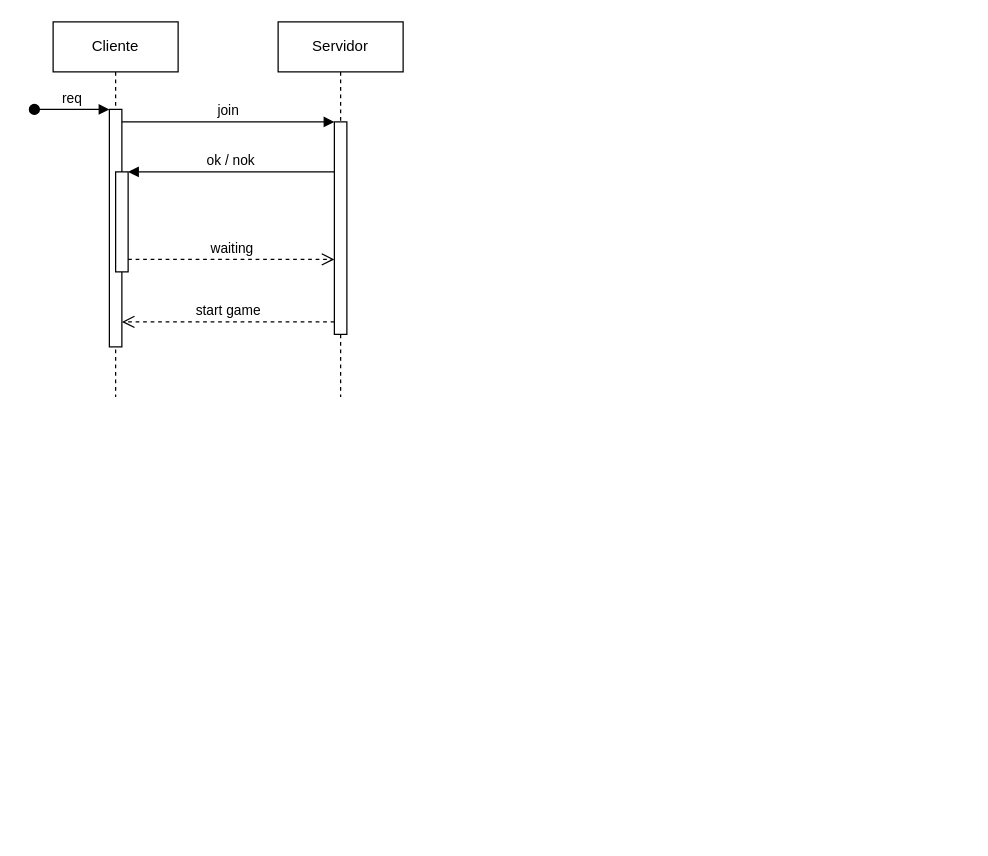
Above: Diagrama sem nome.drawio in jerobas/retro-games-ncurses (draw.io), before the change. Source tidied: cells renumbered, new cells numbered last; positions are measured from the earlier drawing's top-left corner, leaving out a move shared by most shapes. Both pictures are drawn from the tidied source at 125%, with x=0, y=0 at pixel (34, 21).
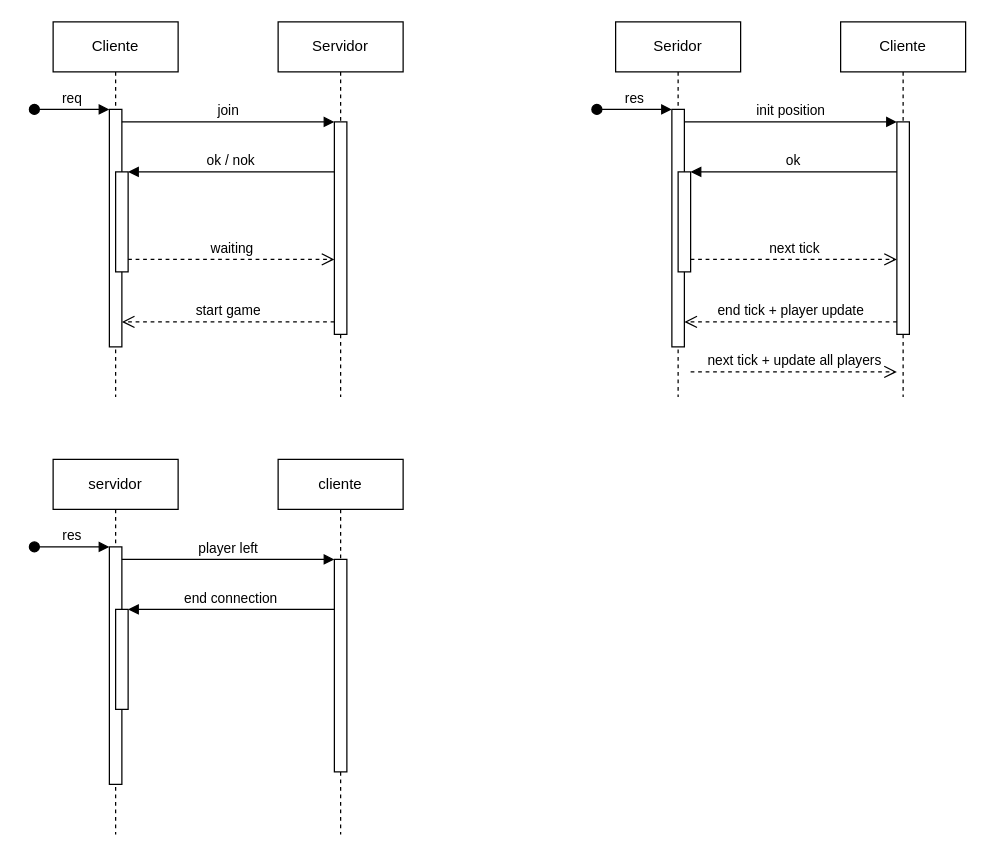
Above is the later version.

What changed in the source:
```diff
@@
+    <mxCell id="12" value="Seridor" style="shape=umlLifeline;perimeter=lifelinePerimeter;whiteSpace=wrap;html=1;newEdgeStyle={&quot;edgeStyle&quot;:&quot;elbowEdgeStyle&quot;,&quot;elbow&quot;:&quot;vertical&quot;,&quot;curved&quot;:0,&quot;rounded&quot;:0};" parent="1" vertex="1">
+      <mxGeometry x="465" width="100" height="300" as="geometry" />
+    </mxCell>
+    <mxCell id="13" style="html=1;points=[];perimeter=orthogonalPerimeter;outlineConnect=0;targetShapes=umlLifeline;portConstraint=eastwest;newEdgeStyle={&quot;edgeStyle&quot;:&quot;elbowEdgeStyle&quot;,&quot;elbow&quot;:&quot;vertical&quot;,&quot;curved&quot;:0,&quot;rounded&quot;:0};" parent="12" vertex="1">
+      <mxGeometry x="45" y="70" width="10" height="190" as="geometry" />
+    </mxCell>
+    <mxCell id="14" value="res" style="html=1;verticalAlign=bottom;startArrow=oval;endArrow=block;startSize=8;edgeStyle=elbowEdgeStyle;elbow=vertical;curved=0;rounded=0;" parent="12" edge="1" target="13">
+      <mxGeometry relative="1" as="geometry">
+        <mxPoint x="-15" y="70" as="sourcePoint" />
+      </mxGeometry>
+    </mxCell>
+    <mxCell id="15" style="html=1;points=[];perimeter=orthogonalPerimeter;outlineConnect=0;targetShapes=umlLifeline;portConstraint=eastwest;newEdgeStyle={&quot;edgeStyle&quot;:&quot;elbowEdgeStyle&quot;,&quot;elbow&quot;:&quot;vertical&quot;,&quot;curved&quot;:0,&quot;rounded&quot;:0};" parent="12" vertex="1">
+      <mxGeometry x="50" y="120" width="10" height="80" as="geometry" />
+    </mxCell>
+    <mxCell id="16" value="Cliente" style="shape=umlLifeline;perimeter=lifelinePerimeter;whiteSpace=wrap;html=1;newEdgeStyle={&quot;edgeStyle&quot;:&quot;elbowEdgeStyle&quot;,&quot;elbow&quot;:&quot;vertical&quot;,&quot;curved&quot;:0,&quot;rounded&quot;:0};" parent="1" vertex="1">
+      <mxGeometry x="645" width="100" height="300" as="geometry" />
+    </mxCell>
+    <mxCell id="17" style="html=1;points=[];perimeter=orthogonalPerimeter;outlineConnect=0;targetShapes=umlLifeline;portConstraint=eastwest;newEdgeStyle={&quot;edgeStyle&quot;:&quot;elbowEdgeStyle&quot;,&quot;elbow&quot;:&quot;vertical&quot;,&quot;curved&quot;:0,&quot;rounded&quot;:0};" parent="16" vertex="1">
+      <mxGeometry x="45" y="80" width="10" height="170" as="geometry" />
+    </mxCell>
+    <mxCell id="18" value="init position" style="html=1;verticalAlign=bottom;endArrow=block;edgeStyle=elbowEdgeStyle;elbow=vertical;curved=0;rounded=0;" parent="1" edge="1" source="13" target="17">
+      <mxGeometry relative="1" as="geometry">
+        <Array as="points">
+          <mxPoint x="605" y="80" />
+        </Array>
+      </mxGeometry>
+    </mxCell>
+    <mxCell id="19" value="end tick + player update" style="html=1;verticalAlign=bottom;endArrow=open;dashed=1;endSize=8;edgeStyle=elbowEdgeStyle;elbow=vertical;curved=0;rounded=0;" parent="1" edge="1" source="17" target="13">
+      <mxGeometry relative="1" as="geometry">
+        <Array as="points">
+          <mxPoint x="615" y="240" />
+        </Array>
+      </mxGeometry>
+    </mxCell>
+    <mxCell id="20" value="ok" style="html=1;verticalAlign=bottom;endArrow=block;edgeStyle=elbowEdgeStyle;elbow=vertical;curved=0;rounded=0;" parent="1" edge="1" source="17" target="15">
+      <mxGeometry relative="1" as="geometry">
+        <Array as="points">
+          <mxPoint x="615" y="120" />
+        </Array>
+      </mxGeometry>
+    </mxCell>
+    <mxCell id="21" value="next tick" style="html=1;verticalAlign=bottom;endArrow=open;dashed=1;endSize=8;edgeStyle=elbowEdgeStyle;elbow=vertical;curved=0;rounded=0;" parent="1" edge="1" source="15" target="17">
+      <mxGeometry relative="1" as="geometry">
+        <Array as="points">
+          <mxPoint x="605" y="190" />
+        </Array>
+      </mxGeometry>
+    </mxCell>
+    <mxCell id="22" value="next tick + update all players" style="html=1;verticalAlign=bottom;endArrow=open;dashed=1;endSize=8;edgeStyle=elbowEdgeStyle;elbow=vertical;curved=0;rounded=0;" parent="1" edge="1">
+      <mxGeometry relative="1" as="geometry">
+        <mxPoint x="525" y="280" as="sourcePoint" />
+        <mxPoint x="690" y="280" as="targetPoint" />
+        <Array as="points">
+          <mxPoint x="605" y="280" />
+        </Array>
+      </mxGeometry>
+    </mxCell>
+    <mxCell id="23" value="servidor" style="shape=umlLifeline;perimeter=lifelinePerimeter;whiteSpace=wrap;html=1;newEdgeStyle={&quot;edgeStyle&quot;:&quot;elbowEdgeStyle&quot;,&quot;elbow&quot;:&quot;vertical&quot;,&quot;curved&quot;:0,&quot;rounded&quot;:0};" parent="1" vertex="1">
+      <mxGeometry x="15" y="350" width="100" height="300" as="geometry" />
+    </mxCell>
+    <mxCell id="24" style="html=1;points=[];perimeter=orthogonalPerimeter;outlineConnect=0;targetShapes=umlLifeline;portConstraint=eastwest;newEdgeStyle={&quot;edgeStyle&quot;:&quot;elbowEdgeStyle&quot;,&quot;elbow&quot;:&quot;vertical&quot;,&quot;curved&quot;:0,&quot;rounded&quot;:0};" parent="23" vertex="1">
+      <mxGeometry x="45" y="70" width="10" height="190" as="geometry" />
+    </mxCell>
+    <mxCell id="25" value="res" style="html=1;verticalAlign=bottom;startArrow=oval;endArrow=block;startSize=8;edgeStyle=elbowEdgeStyle;elbow=vertical;curved=0;rounded=0;" parent="23" edge="1" target="24">
+      <mxGeometry relative="1" as="geometry">
+        <mxPoint x="-15" y="70" as="sourcePoint" />
+      </mxGeometry>
+    </mxCell>
+    <mxCell id="26" style="html=1;points=[];perimeter=orthogonalPerimeter;outlineConnect=0;targetShapes=umlLifeline;portConstraint=eastwest;newEdgeStyle={&quot;edgeStyle&quot;:&quot;elbowEdgeStyle&quot;,&quot;elbow&quot;:&quot;vertical&quot;,&quot;curved&quot;:0,&quot;rounded&quot;:0};" parent="23" vertex="1">
+      <mxGeometry x="50" y="120" width="10" height="80" as="geometry" />
+    </mxCell>
+    <mxCell id="27" value="cliente" style="shape=umlLifeline;perimeter=lifelinePerimeter;whiteSpace=wrap;html=1;newEdgeStyle={&quot;edgeStyle&quot;:&quot;elbowEdgeStyle&quot;,&quot;elbow&quot;:&quot;vertical&quot;,&quot;curved&quot;:0,&quot;rounded&quot;:0};" parent="1" vertex="1">
+      <mxGeometry x="195" y="350" width="100" height="300" as="geometry" />
+    </mxCell>
+    <mxCell id="28" style="html=1;points=[];perimeter=orthogonalPerimeter;outlineConnect=0;targetShapes=umlLifeline;portConstraint=eastwest;newEdgeStyle={&quot;edgeStyle&quot;:&quot;elbowEdgeStyle&quot;,&quot;elbow&quot;:&quot;vertical&quot;,&quot;curved&quot;:0,&quot;rounded&quot;:0};" parent="27" vertex="1">
+      <mxGeometry x="45" y="80" width="10" height="170" as="geometry" />
+    </mxCell>
+    <mxCell id="29" value="player left" style="html=1;verticalAlign=bottom;endArrow=block;edgeStyle=elbowEdgeStyle;elbow=vertical;curved=0;rounded=0;" parent="1" edge="1" source="24" target="28">
+      <mxGeometry relative="1" as="geometry">
+        <Array as="points">
+          <mxPoint x="155" y="430" />
+        </Array>
+      </mxGeometry>
+    </mxCell>
+    <mxCell id="30" value="end connection" style="html=1;verticalAlign=bottom;endArrow=block;edgeStyle=elbowEdgeStyle;elbow=horizontal;curved=0;rounded=0;" parent="1" edge="1" source="28" target="26">
+      <mxGeometry relative="1" as="geometry">
+        <Array as="points">
+          <mxPoint x="165" y="470" />
+        </Array>
+      </mxGeometry>
+    </mxCell>
```
